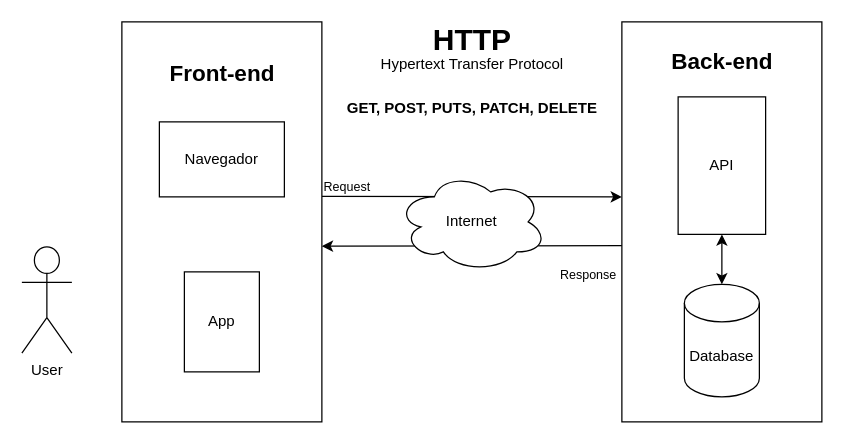
strawxtete/backend-api-express keeps this draw.io diagram as class_notes/client_server.dio. Above is the earlier version. Source tidied: cells renumbered, new cells numbered last; positions are measured from the earlier drawing's top-left corner, leaving out a move shared by most shapes. Both pictures are drawn from the tidied source at 125%, with x=0, y=0 at pixel (21, 21).
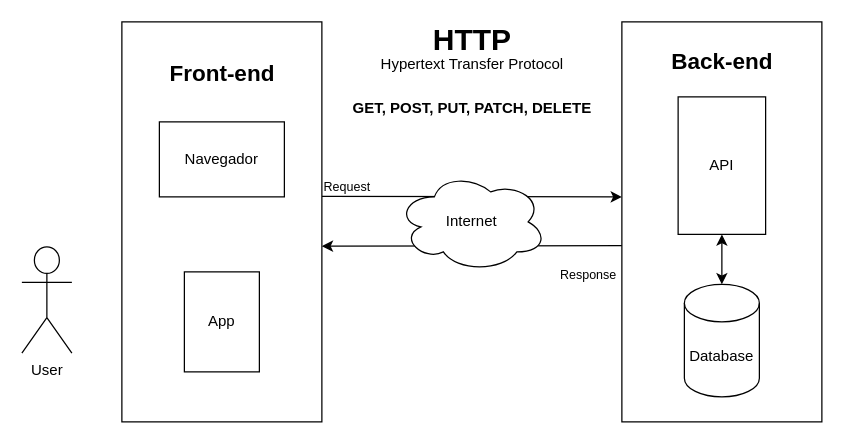
The same diagram, later.

Change to the diagram source:
```diff
@@
-    <mxCell id="19" value="&lt;font style=&quot;font-size: 12px;&quot;&gt;GET, POST, PUTS, PATCH, DELETE&lt;/font&gt;" style="text;strokeColor=none;fillColor=none;html=1;fontSize=24;fontStyle=1;verticalAlign=middle;align=center;" parent="1" vertex="1">
+    <mxCell id="19" value="&lt;font style=&quot;font-size: 12px;&quot;&gt;GET, POST, PUT, PATCH, DELETE&lt;/font&gt;" style="text;strokeColor=none;fillColor=none;html=1;fontSize=24;fontStyle=1;verticalAlign=middle;align=center;" parent="1" vertex="1">
       <mxGeometry x="248.8" y="50" width="222.5" height="30" as="geometry" />
     </mxCell>
```
